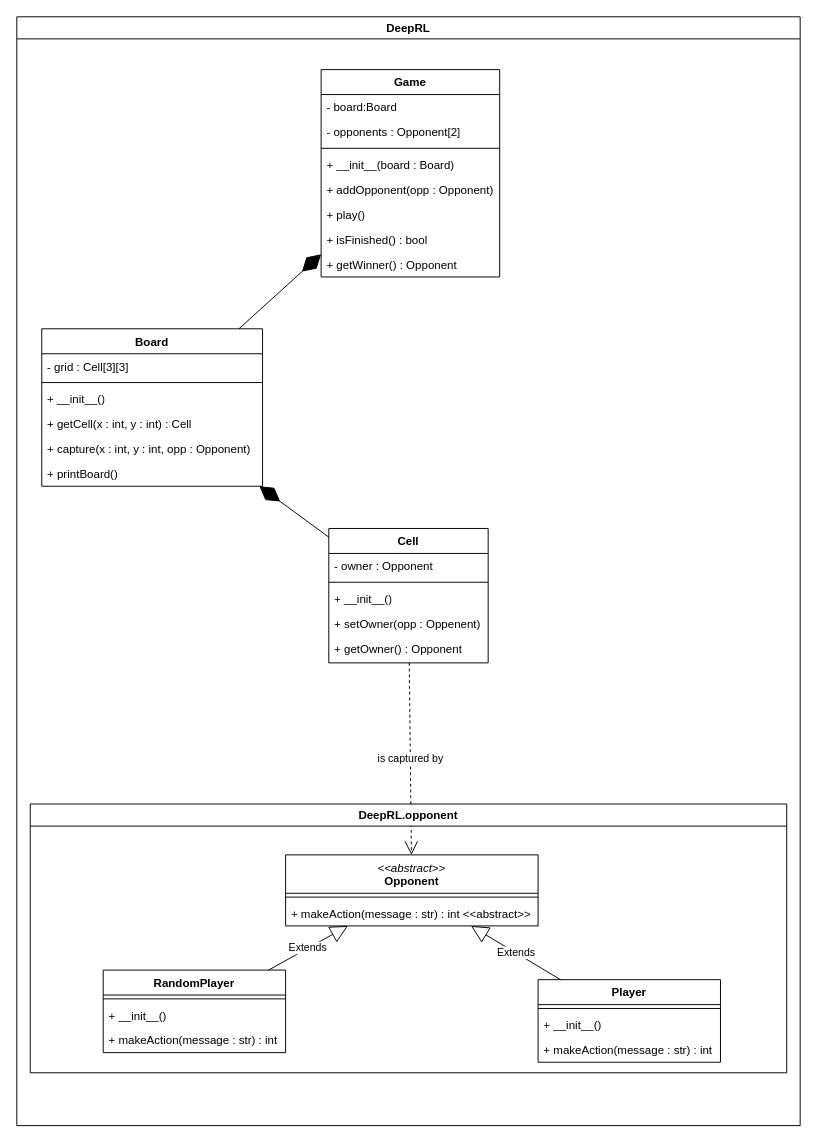
Enzo-Claeyssen/Q-Learning_for_Tic_Tac_Toe keeps this draw.io diagram as uml/DRL project.drawio. Above is the earlier version. Source tidied: cells renumbered, new cells numbered last; positions are measured from the earlier drawing's top-left corner, leaving out a move shared by most shapes. Both pictures are drawn from the tidied source at 96%, with x=0, y=0 at pixel (16, 16).
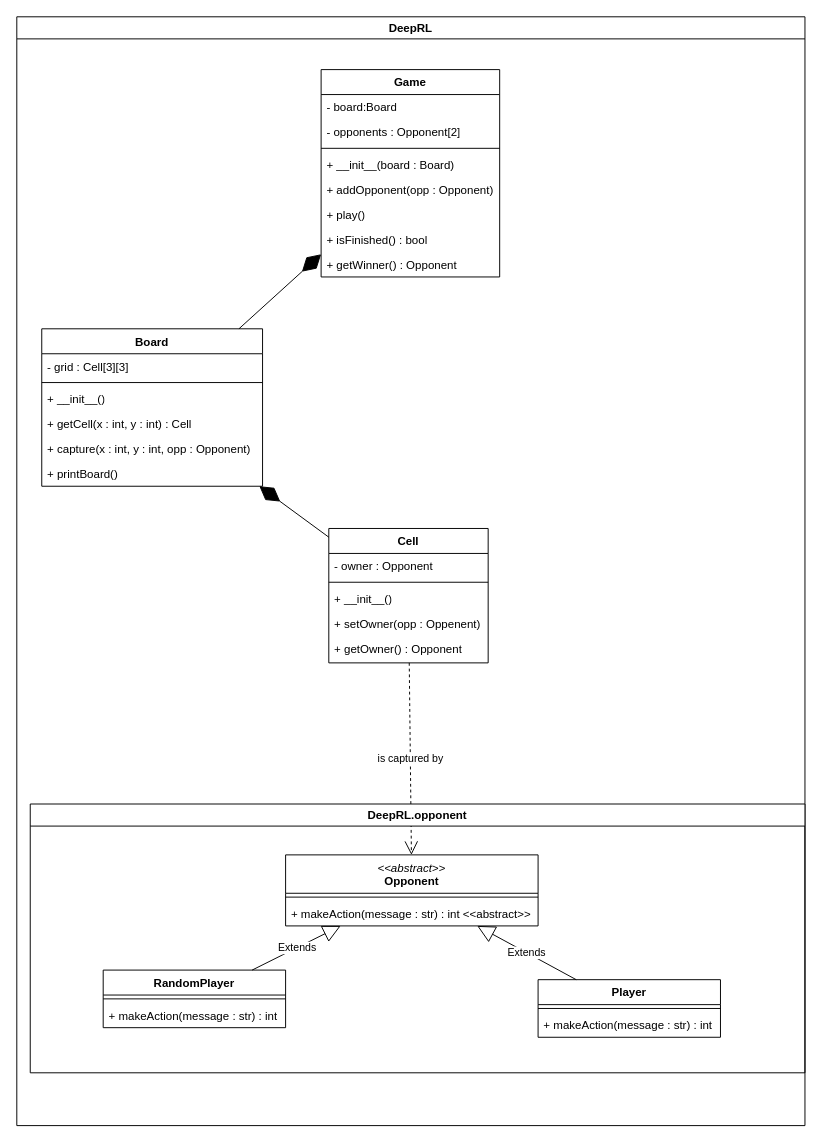
Above is the later version.

Diff of the diagram source:
```diff
@@
     <mxCell id="2" value="DeepRL" style="swimlane;" parent="1" vertex="1">
-      <mxGeometry width="816" height="1155" as="geometry" />
+      <mxGeometry width="821" height="1155" as="geometry" />
     </mxCell>
@@
     <mxCell id="28" value="DeepRL.opponent" style="swimlane;" parent="2" vertex="1">
-      <mxGeometry x="14" y="820" width="788" height="280" as="geometry" />
+      <mxGeometry x="14" y="820" width="807" height="280" as="geometry" />
     </mxCell>
     <mxCell id="29" value="RandomPlayer" style="swimlane;fontStyle=1;align=center;verticalAlign=top;horizontal=1;startSize=26;whiteSpace=wrap;html=1;" parent="28" vertex="1">
-      <mxGeometry x="76" y="173" width="190" height="86" as="geometry" />
+      <mxGeometry x="76" y="173" width="190" height="60" as="geometry" />
     </mxCell>
@@
-    <mxCell id="31" value="&lt;div&gt;+ __init__()&lt;/div&gt;" style="text;strokeColor=none;fillColor=none;align=left;verticalAlign=top;spacingLeft=4;spacingRight=4;overflow=hidden;whiteSpace=wrap;html=1;" parent="29" vertex="1">
-      <mxGeometry y="34" width="190" height="26" as="geometry" />
-    </mxCell>
     <mxCell id="32" value="+ makeAction(message : str) : int" style="text;strokeColor=none;fillColor=none;align=left;verticalAlign=top;spacingLeft=4;spacingRight=4;overflow=hidden;whiteSpace=wrap;html=1;" parent="29" vertex="1">
-      <mxGeometry y="60" width="190" height="26" as="geometry" />
+      <mxGeometry y="34" width="190" height="26" as="geometry" />
     </mxCell>
     <mxCell id="33" value="Player" style="swimlane;fontStyle=1;align=center;verticalAlign=top;horizontal=1;startSize=26;whiteSpace=wrap;html=1;" parent="28" vertex="1">
-      <mxGeometry x="529" y="183" width="190" height="86" as="geometry" />
+      <mxGeometry x="529" y="183" width="190" height="60" as="geometry" />
     </mxCell>
@@
-    <mxCell id="35" value="+ __init__()" style="text;strokeColor=none;fillColor=none;align=left;verticalAlign=top;spacingLeft=4;spacingRight=4;overflow=hidden;whiteSpace=wrap;html=1;" parent="33" vertex="1">
-      <mxGeometry y="34" width="190" height="26" as="geometry" />
-    </mxCell>
     <mxCell id="36" value="+ makeAction(message : str) : int" style="text;strokeColor=none;fillColor=none;align=left;verticalAlign=top;spacingLeft=4;spacingRight=4;overflow=hidden;whiteSpace=wrap;html=1;" parent="33" vertex="1">
-      <mxGeometry y="60" width="190" height="26" as="geometry" />
+      <mxGeometry y="34" width="190" height="26" as="geometry" />
     </mxCell>
```
